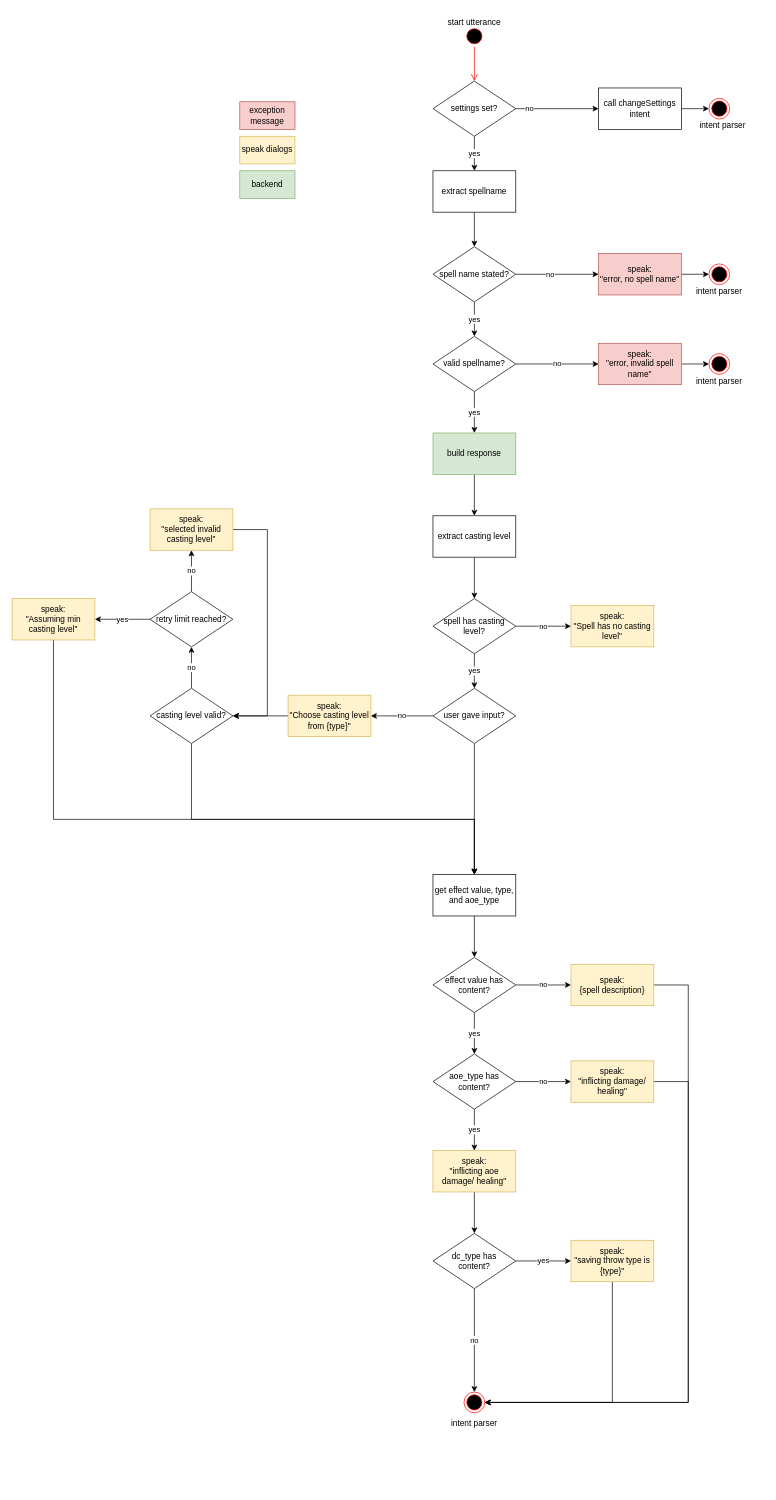
The draw.io diagram doc/activityDiagram/invokeCastingAssistant.drawio in Linyeir/spellcastmanager-skill, before the edit. Source tidied: cells renumbered, new cells numbered last; positions are measured from the earlier drawing's top-left corner, leaving out a move shared by most shapes. Both pictures are drawn from the tidied source at 69%, with x=0, y=0 at pixel (12, 12).
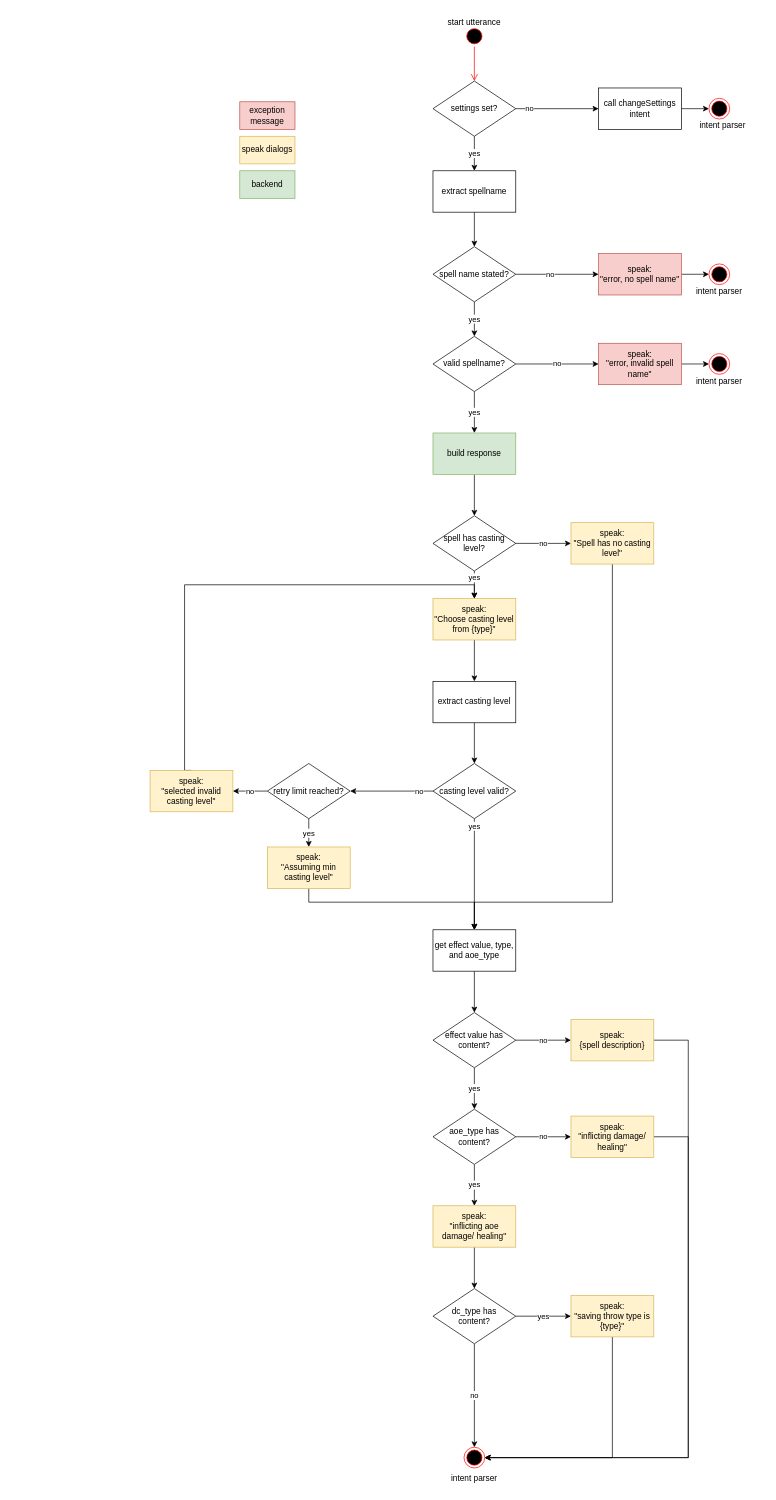
The same diagram, later.

The change refers to these unchanged cells:
```xml
<mxCell id="14" value="build response" style="rounded=0;whiteSpace=wrap;html=1;fillColor=#d5e8d4;strokeColor=#82b366;" parent="1" vertex="1">
  <mxGeometry x="610" y="610" width="120" height="60" as="geometry" />
</mxCell>
```

Diff of the diagram source:
```diff
@@
-    <mxCell id="13" style="edgeStyle=orthogonalEdgeStyle;rounded=0;jettySize=auto;html=1;exitX=0.5;exitY=1;exitDx=0;exitDy=0;entryX=0.5;entryY=0;entryDx=0;entryDy=0;" parent="1" edge="1" source="14" target="35">
-      <mxGeometry relative="1" as="geometry" />
-    </mxCell>
+    <mxCell id="75" style="edgeStyle=orthogonalEdgeStyle;rounded=0;jettySize=auto;html=1;exitX=0.5;exitY=1;exitDx=0;exitDy=0;entryX=0.5;entryY=0;entryDx=0;entryDy=0;" parent="1" edge="1" source="14" target="38">
+      <mxGeometry relative="1" as="geometry" />
+    </mxCell>
@@
     <mxCell id="15" value="intent parser" style="text;html=1;strokeColor=none;fillColor=none;align=center;verticalAlign=middle;whiteSpace=wrap;rounded=0;" parent="1" vertex="1">
-      <mxGeometry x="610" y="2030" width="120" height="30" as="geometry" />
+      <mxGeometry x="610" y="2110" width="120" height="30" as="geometry" />
     </mxCell>
@@
-    <mxCell id="34" style="edgeStyle=orthogonalEdgeStyle;rounded=0;jettySize=auto;html=1;exitX=0.5;exitY=1;exitDx=0;exitDy=0;entryX=0.5;entryY=0;entryDx=0;entryDy=0;" parent="1" edge="1" source="35" target="38">
-      <mxGeometry relative="1" as="geometry" />
-    </mxCell>
+    <mxCell id="76" style="edgeStyle=orthogonalEdgeStyle;rounded=0;jettySize=auto;html=1;exitX=0.5;exitY=1;exitDx=0;exitDy=0;entryX=0.5;entryY=0;entryDx=0;entryDy=0;" parent="1" edge="1" source="35" target="47">
+      <mxGeometry relative="1" as="geometry" />
+    </mxCell>
     <mxCell id="35" value="extract casting level" style="rounded=0;whiteSpace=wrap;html=1;" parent="1" vertex="1">
-      <mxGeometry x="610" y="730" width="120" height="60" as="geometry" />
+      <mxGeometry x="610" y="970" width="120" height="60" as="geometry" />
     </mxCell>
+    <mxCell id="37" value="no" style="edgeStyle=orthogonalEdgeStyle;rounded=0;jettySize=auto;html=1;exitX=1;exitY=0.5;exitDx=0;exitDy=0;entryX=0;entryY=0.5;entryDx=0;entryDy=0;" parent="1" edge="1" source="38" target="42">
+      <mxGeometry relative="1" as="geometry" />
+    </mxCell>
-    <mxCell id="36" value="yes" style="edgeStyle=orthogonalEdgeStyle;rounded=0;jettySize=auto;html=1;exitX=0.5;exitY=1;exitDx=0;exitDy=0;entryX=0.5;entryY=0;entryDx=0;entryDy=0;" parent="1" edge="1" source="38" target="41">
-      <mxGeometry relative="1" as="geometry" />
+    <mxCell id="36" value="yes" style="edgeStyle=orthogonalEdgeStyle;rounded=0;jettySize=auto;html=1;exitX=0.5;exitY=1;exitDx=0;exitDy=0;entryX=0.5;entryY=0;entryDx=0;entryDy=0;" parent="1" edge="1" source="38" target="44">
+      <mxGeometry x="-0.5" relative="1" as="geometry" />
     </mxCell>
-    <mxCell id="37" value="no" style="edgeStyle=orthogonalEdgeStyle;rounded=0;jettySize=auto;html=1;exitX=1;exitY=0.5;exitDx=0;exitDy=0;entryX=0;entryY=0.5;entryDx=0;entryDy=0;" parent="1" edge="1" source="38" target="42">
-      <mxGeometry relative="1" as="geometry" />
-    </mxCell>
     <mxCell id="38" value="spell has casting level?" style="rhombus;whiteSpace=wrap;html=1;" parent="1" vertex="1">
-      <mxGeometry x="610" y="850" width="120" height="80" as="geometry" />
+      <mxGeometry x="610" y="730" width="120" height="80" as="geometry" />
     </mxCell>
-    <mxCell id="39" value="no" style="edgeStyle=orthogonalEdgeStyle;rounded=0;jettySize=auto;html=1;exitX=0;exitY=0.5;exitDx=0;exitDy=0;entryX=1;entryY=0.5;entryDx=0;entryDy=0;" parent="1" edge="1" source="41" target="44">
-      <mxGeometry relative="1" as="geometry" />
-    </mxCell>
-    <mxCell id="40" style="edgeStyle=orthogonalEdgeStyle;rounded=0;jettySize=auto;html=1;exitX=0.5;exitY=1;exitDx=0;exitDy=0;entryX=0.5;entryY=0;entryDx=0;entryDy=0;" parent="1" edge="1" source="41" target="56">
-      <mxGeometry relative="1" as="geometry" />
+    <mxCell id="40" style="edgeStyle=orthogonalEdgeStyle;rounded=0;jettySize=auto;html=1;exitX=0.5;exitY=1;exitDx=0;exitDy=0;entryX=0.5;entryY=0;entryDx=0;entryDy=0;" parent="1" edge="1" target="56">
+      <mxGeometry relative="1" as="geometry">
+        <mxPoint x="670" y="1350" as="sourcePoint" />
+      </mxGeometry>
     </mxCell>
-    <mxCell id="41" value="user gave input?" style="rhombus;whiteSpace=wrap;html=1;" parent="1" vertex="1">
-      <mxGeometry x="610" y="980" width="120" height="80" as="geometry" />
-    </mxCell>
+    <mxCell id="77" style="edgeStyle=orthogonalEdgeStyle;rounded=0;jettySize=auto;html=1;exitX=0.5;exitY=1;exitDx=0;exitDy=0;entryX=0.5;entryY=0;entryDx=0;entryDy=0;" parent="1" edge="1" source="42" target="56">
+      <mxGeometry relative="1" as="geometry">
+        <Array as="points">
+          <mxPoint x="870" y="1290" />
+          <mxPoint x="670" y="1290" />
+        </Array>
+      </mxGeometry>
+    </mxCell>
     <mxCell id="42" value="speak:&lt;br&gt;&quot;Spell has no casting level&quot;" style="rounded=0;whiteSpace=wrap;html=1;fillColor=#fff2cc;strokeColor=#d6b656;" parent="1" vertex="1">
-      <mxGeometry x="810" y="860" width="120" height="60" as="geometry" />
+      <mxGeometry x="810" y="740" width="120" height="60" as="geometry" />
     </mxCell>
-    <mxCell id="43" style="edgeStyle=orthogonalEdgeStyle;rounded=0;jettySize=auto;html=1;" parent="1" edge="1" source="44" target="47">
+    <mxCell id="43" style="edgeStyle=orthogonalEdgeStyle;rounded=0;jettySize=auto;html=1;entryX=0.5;entryY=0;entryDx=0;entryDy=0;" parent="1" edge="1" source="44" target="35">
       <mxGeometry relative="1" as="geometry" />
     </mxCell>
     <mxCell id="44" value="speak:&lt;br&gt;&quot;Choose casting level from {type}&quot;" style="rounded=0;whiteSpace=wrap;html=1;fillColor=#fff2cc;strokeColor=#d6b656;" parent="1" vertex="1">
-      <mxGeometry x="400" y="990" width="120" height="60" as="geometry" />
+      <mxGeometry x="610" y="850" width="120" height="60" as="geometry" />
     </mxCell>
-    <mxCell id="45" value="no" style="edgeStyle=orthogonalEdgeStyle;rounded=0;jettySize=auto;html=1;exitX=0.5;exitY=0;exitDx=0;exitDy=0;entryX=0.5;entryY=1;entryDx=0;entryDy=0;" parent="1" edge="1" source="47" target="50">
-      <mxGeometry relative="1" as="geometry" />
+    <mxCell id="45" value="no" style="edgeStyle=orthogonalEdgeStyle;rounded=0;jettySize=auto;html=1;exitX=0;exitY=0.5;exitDx=0;exitDy=0;" parent="1" edge="1" source="47" target="50">
+      <mxGeometry x="-0.67" relative="1" as="geometry" />
     </mxCell>
-    <mxCell id="46" style="edgeStyle=orthogonalEdgeStyle;rounded=0;jettySize=auto;html=1;exitX=0.5;exitY=1;exitDx=0;exitDy=0;entryX=0.5;entryY=0;entryDx=0;entryDy=0;" parent="1" edge="1" source="47" target="56">
-      <mxGeometry relative="1" as="geometry">
+    <mxCell id="46" value="yes" style="edgeStyle=orthogonalEdgeStyle;rounded=0;jettySize=auto;html=1;exitX=0.5;exitY=1;exitDx=0;exitDy=0;entryX=0.5;entryY=0;entryDx=0;entryDy=0;" parent="1" edge="1" source="47" target="56">
+      <mxGeometry x="-0.86" relative="1" as="geometry">
         <Array as="points">
-          <mxPoint x="260" y="1170" />
-          <mxPoint x="670" y="1170" />
+          <mxPoint x="670" y="1190" />
+          <mxPoint x="670" y="1190" />
         </Array>
       </mxGeometry>
     </mxCell>
     <mxCell id="47" value="casting level valid?" style="rhombus;whiteSpace=wrap;html=1;" parent="1" vertex="1">
-      <mxGeometry x="200" y="980" width="120" height="80" as="geometry" />
+      <mxGeometry x="610" y="1089" width="120" height="80" as="geometry" />
     </mxCell>
-    <mxCell id="48" value="no" style="edgeStyle=orthogonalEdgeStyle;rounded=0;jettySize=auto;html=1;exitX=0.5;exitY=0;exitDx=0;exitDy=0;entryX=0.5;entryY=1;entryDx=0;entryDy=0;" parent="1" edge="1" source="50" target="52">
+    <mxCell id="48" value="no" style="edgeStyle=orthogonalEdgeStyle;rounded=0;jettySize=auto;html=1;exitX=0;exitY=0.5;exitDx=0;exitDy=0;entryX=1;entryY=0.5;entryDx=0;entryDy=0;" parent="1" edge="1" source="50" target="52">
       <mxGeometry relative="1" as="geometry" />
     </mxCell>
-    <mxCell id="49" value="yes" style="edgeStyle=orthogonalEdgeStyle;rounded=0;jettySize=auto;html=1;" parent="1" edge="1" source="50" target="54">
+    <mxCell id="49" value="yes" style="edgeStyle=orthogonalEdgeStyle;rounded=0;jettySize=auto;html=1;exitX=0.5;exitY=1;exitDx=0;exitDy=0;entryX=0.5;entryY=0;entryDx=0;entryDy=0;" parent="1" edge="1" source="50" target="54">
       <mxGeometry relative="1" as="geometry" />
     </mxCell>
     <mxCell id="50" value="retry limit reached?" style="rhombus;whiteSpace=wrap;html=1;" parent="1" vertex="1">
-      <mxGeometry x="200" y="840" width="120" height="80" as="geometry" />
+      <mxGeometry x="370" y="1089" width="120" height="80" as="geometry" />
     </mxCell>
-    <mxCell id="51" style="edgeStyle=orthogonalEdgeStyle;rounded=0;jettySize=auto;html=1;exitX=1;exitY=0.5;exitDx=0;exitDy=0;entryX=1;entryY=0.5;entryDx=0;entryDy=0;" parent="1" edge="1" source="52" target="47">
+    <mxCell id="51" style="edgeStyle=orthogonalEdgeStyle;rounded=0;jettySize=auto;html=1;exitX=0.5;exitY=0;exitDx=0;exitDy=0;entryX=0.5;entryY=0;entryDx=0;entryDy=0;" parent="1" edge="1" source="52" target="44">
       <mxGeometry relative="1" as="geometry">
         <Array as="points">
-          <mxPoint x="370" y="750" />
-          <mxPoint x="370" y="1020" />
+          <mxPoint x="250" y="1099" />
+          <mxPoint x="250" y="830" />
+          <mxPoint x="670" y="830" />
         </Array>
       </mxGeometry>
     </mxCell>
     <mxCell id="52" value="speak:&lt;br&gt;&quot;selected invalid casting level&quot;" style="rounded=0;whiteSpace=wrap;html=1;fillColor=#fff2cc;strokeColor=#d6b656;" parent="1" vertex="1">
-      <mxGeometry x="200" y="720" width="120" height="60" as="geometry" />
+      <mxGeometry x="200" y="1099" width="120" height="60" as="geometry" />
     </mxCell>
     <mxCell id="53" style="edgeStyle=orthogonalEdgeStyle;rounded=0;jettySize=auto;html=1;exitX=0.5;exitY=1;exitDx=0;exitDy=0;entryX=0.5;entryY=0;entryDx=0;entryDy=0;" parent="1" edge="1" source="54" target="56">
       <mxGeometry relative="1" as="geometry">
         <Array as="points">
-          <mxPoint x="60" y="1170" />
-          <mxPoint x="670" y="1170" />
+          <mxPoint x="430" y="1290" />
+          <mxPoint x="670" y="1290" />
         </Array>
       </mxGeometry>
     </mxCell>
     <mxCell id="54" value="speak:&lt;br&gt;&quot;Assuming min casting level&quot;" style="rounded=0;whiteSpace=wrap;html=1;fillColor=#fff2cc;strokeColor=#d6b656;" parent="1" vertex="1">
-      <mxGeometry y="850" width="120" height="60" as="geometry" />
+      <mxGeometry x="370" y="1210" width="120" height="60" as="geometry" />
     </mxCell>
@@
     <mxCell id="56" value="get effect value, type, and aoe_type" style="rounded=0;whiteSpace=wrap;html=1;" parent="1" vertex="1">
-      <mxGeometry x="610" y="1250" width="120" height="60" as="geometry" />
+      <mxGeometry x="610" y="1330" width="120" height="60" as="geometry" />
     </mxCell>
@@
     <mxCell id="59" value="effect value has content?" style="rhombus;whiteSpace=wrap;html=1;" parent="1" vertex="1">
-      <mxGeometry x="610" y="1370" width="120" height="80" as="geometry" />
+      <mxGeometry x="610" y="1450" width="120" height="80" as="geometry" />
     </mxCell>
     <mxCell id="60" style="edgeStyle=orthogonalEdgeStyle;rounded=0;jettySize=auto;html=1;exitX=1;exitY=0.5;exitDx=0;exitDy=0;entryX=1;entryY=0.5;entryDx=0;entryDy=0;" parent="1" edge="1" source="61" target="74">
       <mxGeometry relative="1" as="geometry">
         <Array as="points">
-          <mxPoint x="980" y="1410" />
-          <mxPoint x="980" y="2015" />
+          <mxPoint x="980" y="1490" />
+          <mxPoint x="980" y="2095" />
         </Array>
       </mxGeometry>
     </mxCell>
     <mxCell id="61" value="speak:&lt;br&gt;{spell description}" style="rounded=0;whiteSpace=wrap;html=1;fillColor=#fff2cc;strokeColor=#d6b656;" parent="1" vertex="1">
-      <mxGeometry x="810" y="1380" width="120" height="60" as="geometry" />
+      <mxGeometry x="810" y="1460" width="120" height="60" as="geometry" />
     </mxCell>
@@
     <mxCell id="64" value="aoe_type has content?" style="rhombus;whiteSpace=wrap;html=1;" parent="1" vertex="1">
-      <mxGeometry x="610" y="1510" width="120" height="80" as="geometry" />
+      <mxGeometry x="610" y="1590" width="120" height="80" as="geometry" />
     </mxCell>
     <mxCell id="65" style="edgeStyle=orthogonalEdgeStyle;rounded=0;jettySize=auto;html=1;exitX=1;exitY=0.5;exitDx=0;exitDy=0;entryX=1;entryY=0.5;entryDx=0;entryDy=0;" parent="1" edge="1" source="66" target="74">
       <mxGeometry relative="1" as="geometry">
         <Array as="points">
-          <mxPoint x="980" y="1550" />
-          <mxPoint x="980" y="2015" />
+          <mxPoint x="980" y="1630" />
+          <mxPoint x="980" y="2095" />
         </Array>
       </mxGeometry>
     </mxCell>
     <mxCell id="66" value="speak:&lt;br&gt;&quot;inflicting damage/ healing&quot;" style="rounded=0;whiteSpace=wrap;html=1;fillColor=#fff2cc;strokeColor=#d6b656;" parent="1" vertex="1">
-      <mxGeometry x="810" y="1520" width="120" height="60" as="geometry" />
+      <mxGeometry x="810" y="1600" width="120" height="60" as="geometry" />
     </mxCell>
@@
     <mxCell id="68" value="speak:&lt;br&gt;&quot;inflicting aoe damage/ healing&quot;" style="rounded=0;whiteSpace=wrap;html=1;fillColor=#fff2cc;strokeColor=#d6b656;" parent="1" vertex="1">
-      <mxGeometry x="610" y="1650" width="120" height="60" as="geometry" />
+      <mxGeometry x="610" y="1730" width="120" height="60" as="geometry" />
     </mxCell>
@@
     <mxCell id="71" value="dc_type has &lt;br&gt;content?" style="rhombus;whiteSpace=wrap;html=1;" parent="1" vertex="1">
-      <mxGeometry x="610" y="1770" width="120" height="80" as="geometry" />
+      <mxGeometry x="610" y="1850" width="120" height="80" as="geometry" />
     </mxCell>
@@
     <mxCell id="73" value="speak:&lt;br&gt;&quot;saving throw type is {type}&quot;" style="rounded=0;whiteSpace=wrap;html=1;fillColor=#fff2cc;strokeColor=#d6b656;" parent="1" vertex="1">
-      <mxGeometry x="810" y="1780" width="120" height="60" as="geometry" />
+      <mxGeometry x="810" y="1860" width="120" height="60" as="geometry" />
     </mxCell>
     <mxCell id="74" style="ellipse;html=1;shape=endState;fillColor=#000000;strokeColor=#ff0000;" parent="1" vertex="1">
-      <mxGeometry x="655" y="2000" width="30" height="30" as="geometry" />
+      <mxGeometry x="655" y="2080" width="30" height="30" as="geometry" />
     </mxCell>
```
